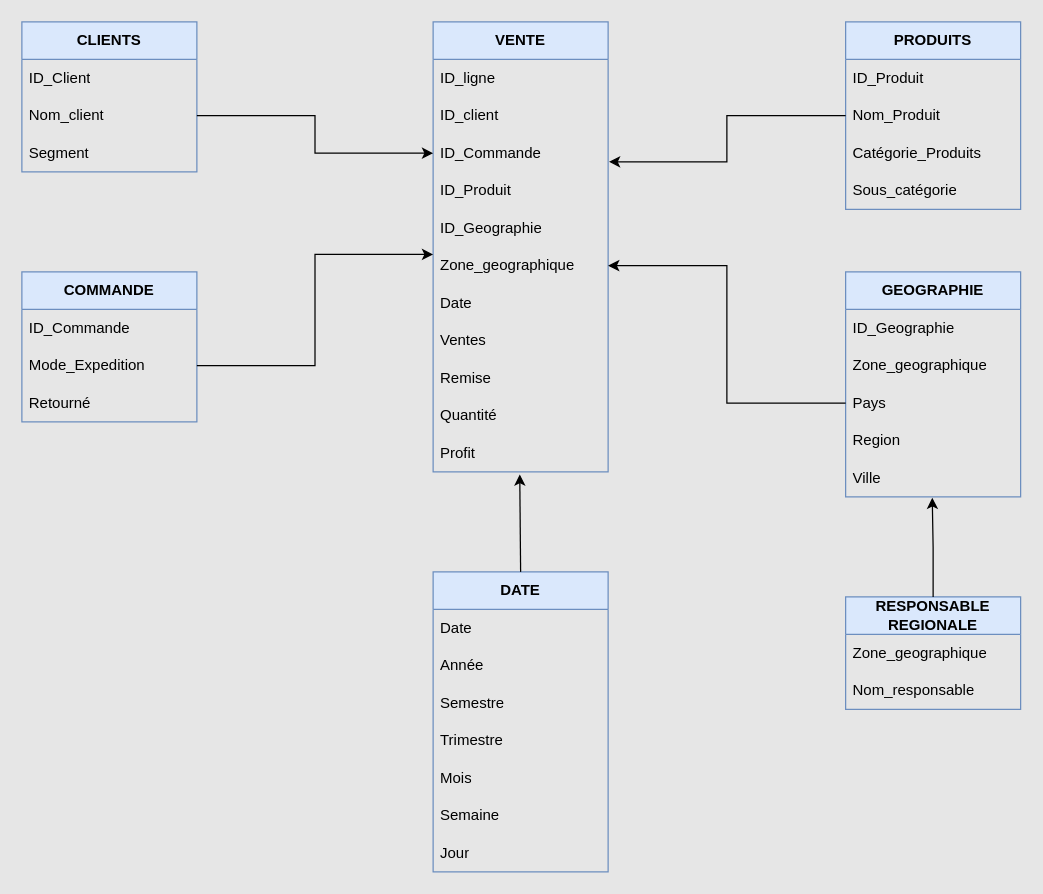
christart-code/BI keeps this draw.io diagram as Hypermarket Project/Resources/HypermarketDatamart.drawio. Above is the earlier version. Source tidied: cells renumbered, new cells numbered last; positions are measured from the earlier drawing's top-left corner, leaving out a move shared by most shapes. Both pictures are drawn from the tidied source at 125%, with x=0, y=0 at pixel (21, 21).
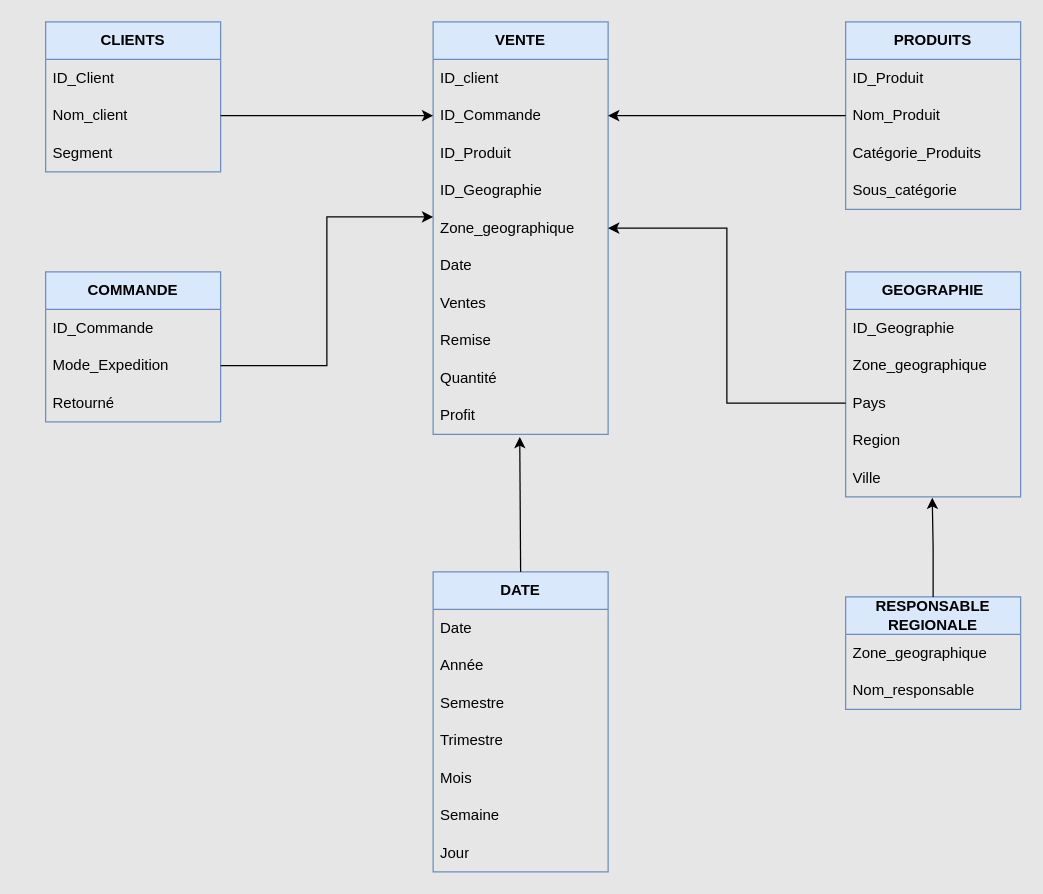
After the change.

Commit message:
Mettre à jour HypermarketDatamart.drawio

Unchanged cells that the change refers to:
```xml
<mxCell id="20" value="Nom_Produit" style="text;strokeColor=none;fillColor=none;align=left;verticalAlign=middle;spacingLeft=4;spacingRight=4;overflow=hidden;points=[[0,0.5],[1,0.5]];portConstraint=eastwest;whiteSpace=wrap;html=1;" parent="18" vertex="1">
  <mxGeometry y="60" width="140" height="30" as="geometry" />
</mxCell>
```

The edit, as a diff of the source:
```diff
@@
     <mxCell id="2" value="VENTE" style="swimlane;fontStyle=1;horizontal=1;startSize=30;whiteSpace=wrap;html=1;fillColor=#dae8fc;strokeColor=#6c8ebf;" parent="1" vertex="1">
-      <mxGeometry x="329" width="140" height="360" as="geometry" />
+      <mxGeometry x="329" width="140" height="330" as="geometry" />
     </mxCell>
-    <mxCell id="3" value="ID_ligne" style="text;strokeColor=none;fillColor=none;align=left;verticalAlign=middle;spacingLeft=4;spacingRight=4;overflow=hidden;whiteSpace=wrap;html=1;" parent="2" vertex="1">
-      <mxGeometry y="30" width="140" height="30" as="geometry" />
-    </mxCell>
     <mxCell id="4" value="ID_client" style="text;strokeColor=none;fillColor=none;align=left;verticalAlign=middle;spacingLeft=4;spacingRight=4;overflow=hidden;whiteSpace=wrap;html=1;" parent="2" vertex="1">
-      <mxGeometry y="60" width="140" height="30" as="geometry" />
+      <mxGeometry y="30" width="140" height="30" as="geometry" />
     </mxCell>
     <mxCell id="5" value="ID_Commande" style="text;strokeColor=none;fillColor=none;align=left;verticalAlign=middle;spacingLeft=4;spacingRight=4;overflow=hidden;points=[[0,0.5],[1,0.5]];portConstraint=eastwest;whiteSpace=wrap;html=1;" parent="2" vertex="1">
-      <mxGeometry y="90" width="140" height="30" as="geometry" />
+      <mxGeometry y="60" width="140" height="30" as="geometry" />
     </mxCell>
     <mxCell id="6" value="ID_Produit" style="text;strokeColor=none;fillColor=none;align=left;verticalAlign=middle;spacingLeft=4;spacingRight=4;overflow=hidden;whiteSpace=wrap;html=1;" parent="2" vertex="1">
-      <mxGeometry y="120" width="140" height="30" as="geometry" />
+      <mxGeometry y="90" width="140" height="30" as="geometry" />
     </mxCell>
     <mxCell id="7" value="ID_Geographie" style="text;strokeColor=none;fillColor=none;align=left;verticalAlign=middle;spacingLeft=4;spacingRight=4;overflow=hidden;whiteSpace=wrap;html=1;" parent="2" vertex="1">
-      <mxGeometry y="150" width="140" height="30" as="geometry" />
+      <mxGeometry y="120" width="140" height="30" as="geometry" />
     </mxCell>
     <mxCell id="8" value="Zone_geographique" style="text;strokeColor=none;fillColor=none;align=left;verticalAlign=middle;spacingLeft=4;spacingRight=4;overflow=hidden;points=[[0,0.5],[1,0.5]];portConstraint=eastwest;whiteSpace=wrap;html=1;" parent="2" vertex="1">
-      <mxGeometry y="180" width="140" height="30" as="geometry" />
+      <mxGeometry y="150" width="140" height="30" as="geometry" />
     </mxCell>
     <mxCell id="9" value="Date" style="text;strokeColor=none;fillColor=none;align=left;verticalAlign=middle;spacingLeft=4;spacingRight=4;overflow=hidden;whiteSpace=wrap;html=1;" parent="2" vertex="1">
-      <mxGeometry y="210" width="140" height="30" as="geometry" />
+      <mxGeometry y="180" width="140" height="30" as="geometry" />
     </mxCell>
     <mxCell id="10" value="Ventes" style="text;strokeColor=none;fillColor=none;align=left;verticalAlign=middle;spacingLeft=4;spacingRight=4;overflow=hidden;whiteSpace=wrap;html=1;" parent="2" vertex="1">
-      <mxGeometry y="240" width="140" height="30" as="geometry" />
+      <mxGeometry y="210" width="140" height="30" as="geometry" />
     </mxCell>
     <mxCell id="11" value="Remise" style="text;strokeColor=none;fillColor=none;align=left;verticalAlign=middle;spacingLeft=4;spacingRight=4;overflow=hidden;whiteSpace=wrap;html=1;" parent="2" vertex="1">
-      <mxGeometry y="270" width="140" height="30" as="geometry" />
+      <mxGeometry y="240" width="140" height="30" as="geometry" />
     </mxCell>
     <mxCell id="12" value="Quantité" style="text;strokeColor=none;fillColor=none;align=left;verticalAlign=middle;spacingLeft=4;spacingRight=4;overflow=hidden;whiteSpace=wrap;html=1;" parent="2" vertex="1">
-      <mxGeometry y="300" width="140" height="30" as="geometry" />
+      <mxGeometry y="270" width="140" height="30" as="geometry" />
     </mxCell>
     <mxCell id="13" value="Profit" style="text;strokeColor=none;fillColor=none;align=left;verticalAlign=middle;spacingLeft=4;spacingRight=4;overflow=hidden;points=[[0,0.5],[1,0.5]];portConstraint=eastwest;whiteSpace=wrap;html=1;" parent="2" vertex="1">
-      <mxGeometry y="330" width="140" height="30" as="geometry" />
+      <mxGeometry y="300" width="140" height="30" as="geometry" />
     </mxCell>
     <mxCell id="14" value="CLIENTS" style="swimlane;fontStyle=1;horizontal=1;startSize=30;whiteSpace=wrap;html=1;fillColor=#dae8fc;strokeColor=#6c8ebf;" parent="1" vertex="1">
-      <mxGeometry width="140" height="120" as="geometry" />
+      <mxGeometry x="19" width="140" height="120" as="geometry" />
     </mxCell>
@@
     <mxCell id="23" value="COMMANDE" style="swimlane;fontStyle=1;horizontal=1;startSize=30;whiteSpace=wrap;html=1;fillColor=#dae8fc;strokeColor=#6c8ebf;" parent="1" vertex="1">
-      <mxGeometry y="200" width="140" height="120" as="geometry" />
+      <mxGeometry x="19" y="200" width="140" height="120" as="geometry" />
     </mxCell>
@@
-    <mxCell id="46" style="edgeStyle=orthogonalEdgeStyle;rounded=0;jettySize=auto;html=1;exitX=0;exitY=0.5;exitDx=0;exitDy=0;entryX=1.005;entryY=0.733;entryDx=0;entryDy=0;entryPerimeter=0;" parent="1" edge="1" source="20" target="5">
+    <mxCell id="46" style="edgeStyle=orthogonalEdgeStyle;rounded=0;jettySize=auto;html=1;exitX=0;exitY=0.5;exitDx=0;exitDy=0;entryX=1;entryY=0.5;entryDx=0;entryDy=0;" parent="1" edge="1" source="20" target="5">
       <mxGeometry relative="1" as="geometry" />
     </mxCell>
```
